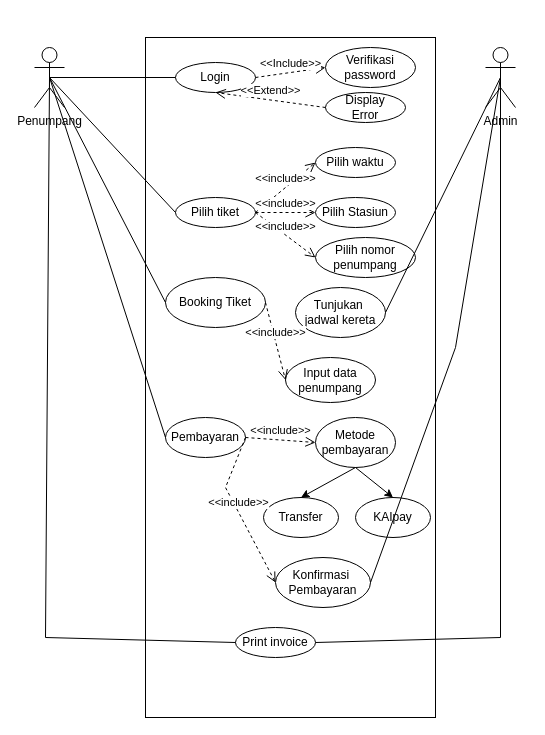
Above: Usecase Diagram.drawio in Mahklvk/Use_Case_Kelompok (draw.io), before the change. Source tidied: cells renumbered, new cells numbered last; positions are measured from the earlier drawing's top-left corner, leaving out a move shared by most shapes. Both pictures are drawn from the tidied source at 100%, with x=0, y=0 at pixel (34, 37).
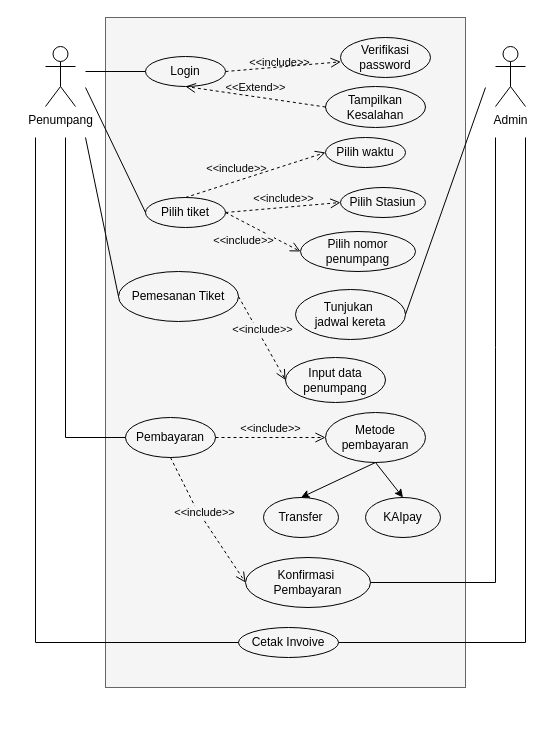
Above is the later version.

The edit, as a diff of the source:
```diff
@@
-    <mxCell id="2" value="&lt;div&gt;&lt;br&gt;&lt;/div&gt;&lt;div&gt;&lt;br&gt;&lt;/div&gt;" style="html=1;whiteSpace=wrap;fillColor=none;" parent="1" vertex="1">
-      <mxGeometry x="111" width="290" height="680" as="geometry" />
+    <mxCell id="2" value="&lt;div&gt;&lt;br&gt;&lt;/div&gt;&lt;div&gt;&lt;br&gt;&lt;/div&gt;" style="html=1;whiteSpace=wrap;fillColor=#F5F5F5;strokeColor=#666666;fontColor=#333333;" parent="1" vertex="1">
+      <mxGeometry x="71" y="-20" width="360" height="670" as="geometry" />
     </mxCell>
-    <mxCell id="3" style="rounded=0;jettySize=auto;html=1;exitX=0.5;exitY=0.5;exitDx=0;exitDy=0;exitPerimeter=0;entryX=1;entryY=0.5;entryDx=0;entryDy=0;endArrow=none;endFill=0;" parent="1" edge="1" source="6" target="28">
-      <mxGeometry relative="1" as="geometry" />
+    <mxCell id="3" style="rounded=0;jettySize=auto;html=1;entryX=1;entryY=0.5;entryDx=0;entryDy=0;endArrow=none;endFill=0;" parent="1" edge="1" target="28">
+      <mxGeometry relative="1" as="geometry">
+        <mxPoint x="451" y="50" as="sourcePoint" />
+      </mxGeometry>
     </mxCell>
-    <mxCell id="4" style="rounded=0;jettySize=auto;html=1;exitX=0.5;exitY=0.5;exitDx=0;exitDy=0;exitPerimeter=0;entryX=1;entryY=0.5;entryDx=0;entryDy=0;endArrow=none;endFill=0;" parent="1" edge="1" source="6" target="33">
+    <mxCell id="4" style="rounded=0;jettySize=auto;html=1;entryX=1;entryY=0.5;entryDx=0;entryDy=0;endArrow=none;endFill=0;" parent="1" edge="1" target="33">
       <mxGeometry relative="1" as="geometry">
+        <mxPoint x="461" y="100" as="sourcePoint" />
         <Array as="points">
-          <mxPoint x="421" y="310" />
+          <mxPoint x="461" y="310" />
+          <mxPoint x="461" y="545" />
         </Array>
       </mxGeometry>
     </mxCell>
-    <mxCell id="5" style="rounded=0;jettySize=auto;html=1;exitX=0.5;exitY=0.5;exitDx=0;exitDy=0;exitPerimeter=0;entryX=1;entryY=0.5;entryDx=0;entryDy=0;endArrow=none;endFill=0;" parent="1" edge="1" source="6" target="27">
+    <mxCell id="5" style="rounded=0;jettySize=auto;html=1;entryX=1;entryY=0.5;entryDx=0;entryDy=0;endArrow=none;endFill=0;" parent="1" edge="1" target="27">
       <mxGeometry relative="1" as="geometry">
+        <mxPoint x="491" y="100" as="sourcePoint" />
         <Array as="points">
-          <mxPoint x="466" y="600" />
+          <mxPoint x="491" y="605" />
         </Array>
       </mxGeometry>
     </mxCell>
     <mxCell id="6" value="Admin" style="shape=umlActor;verticalLabelPosition=bottom;verticalAlign=top;html=1;" parent="1" vertex="1">
-      <mxGeometry x="451" y="10" width="30" height="60" as="geometry" />
+      <mxGeometry x="461" y="9" width="30" height="60" as="geometry" />
     </mxCell>
-    <mxCell id="7" style="rounded=0;jettySize=auto;html=1;exitX=0.5;exitY=0.5;exitDx=0;exitDy=0;exitPerimeter=0;entryX=0;entryY=0.5;entryDx=0;entryDy=0;endArrow=none;endFill=0;" parent="1" edge="1" source="11" target="18">
-      <mxGeometry relative="1" as="geometry" />
+    <mxCell id="7" style="rounded=0;jettySize=auto;html=1;entryX=0;entryY=0.5;entryDx=0;entryDy=0;endArrow=none;endFill=0;" parent="1" edge="1" target="18">
+      <mxGeometry relative="1" as="geometry">
+        <mxPoint x="51" y="50" as="sourcePoint" />
+      </mxGeometry>
     </mxCell>
-    <mxCell id="8" style="rounded=0;jettySize=auto;html=1;exitX=0.5;exitY=0.5;exitDx=0;exitDy=0;exitPerimeter=0;entryX=0;entryY=0.5;entryDx=0;entryDy=0;endArrow=none;endFill=0;" parent="1" edge="1" source="11" target="25">
-      <mxGeometry relative="1" as="geometry" />
+    <mxCell id="8" style="rounded=0;jettySize=auto;html=1;entryX=0;entryY=0.5;entryDx=0;entryDy=0;endArrow=none;endFill=0;" parent="1" edge="1" target="25">
+      <mxGeometry relative="1" as="geometry">
+        <mxPoint x="51" y="100" as="sourcePoint" />
+      </mxGeometry>
     </mxCell>
-    <mxCell id="9" style="rounded=0;jettySize=auto;html=1;exitX=0.5;exitY=0.5;exitDx=0;exitDy=0;exitPerimeter=0;entryX=0;entryY=0.5;entryDx=0;entryDy=0;endArrow=none;endFill=0;" parent="1" edge="1" source="11" target="26">
-      <mxGeometry relative="1" as="geometry" />
+    <mxCell id="9" style="rounded=0;jettySize=auto;html=1;entryX=0;entryY=0.5;entryDx=0;entryDy=0;endArrow=none;endFill=0;" parent="1" edge="1" target="26">
+      <mxGeometry relative="1" as="geometry">
+        <mxPoint x="31" y="100" as="sourcePoint" />
+        <Array as="points">
+          <mxPoint x="31" y="400" />
+        </Array>
+      </mxGeometry>
     </mxCell>
-    <mxCell id="10" style="rounded=0;jettySize=auto;html=1;exitX=0.5;exitY=0.5;exitDx=0;exitDy=0;exitPerimeter=0;entryX=0;entryY=0.5;entryDx=0;entryDy=0;endArrow=none;endFill=0;" parent="1" edge="1" source="11" target="27">
+    <mxCell id="10" style="rounded=0;jettySize=auto;html=1;endArrow=none;endFill=0;entryX=0;entryY=0.5;entryDx=0;entryDy=0;" parent="1" edge="1" target="27">
       <mxGeometry relative="1" as="geometry">
+        <mxPoint x="1" y="100" as="sourcePoint" />
         <Array as="points">
-          <mxPoint x="11" y="600" />
+          <mxPoint x="1" y="605" />
         </Array>
       </mxGeometry>
     </mxCell>
     <mxCell id="11" value="Penumpang" style="shape=umlActor;verticalLabelPosition=bottom;verticalAlign=top;html=1;" parent="1" vertex="1">
-      <mxGeometry y="10" width="30" height="60" as="geometry" />
+      <mxGeometry x="11" y="9" width="30" height="60" as="geometry" />
     </mxCell>
     <mxCell id="12" value="Login" style="ellipse;whiteSpace=wrap;html=1;fillColor=none;" parent="1" vertex="1">
-      <mxGeometry x="141" y="25" width="80" height="30" as="geometry" />
+      <mxGeometry x="111" y="19" width="80" height="30" as="geometry" />
     </mxCell>
-    <mxCell id="13" style="endArrow=none;html=1;rounded=0;exitX=0.5;exitY=0.5;exitDx=0;exitDy=0;exitPerimeter=0;entryX=0;entryY=0.5;entryDx=0;entryDy=0;" parent="1" edge="1" source="11" target="12">
-      <mxGeometry relative="1" as="geometry" />
+    <mxCell id="13" style="endArrow=none;html=1;rounded=0;entryX=0;entryY=0.5;entryDx=0;entryDy=0;" parent="1" edge="1" target="12">
+      <mxGeometry relative="1" as="geometry">
+        <mxPoint x="51" y="34" as="sourcePoint" />
+      </mxGeometry>
     </mxCell>
-    <mxCell id="14" value="Verifikasi&lt;div&gt;password&lt;/div&gt;" style="ellipse;whiteSpace=wrap;html=1;fillColor=none;" parent="1" vertex="1">
-      <mxGeometry x="291" y="10" width="90" height="40" as="geometry" />
+    <mxCell id="14" value="Verifikasi&lt;div&gt;password&lt;/div&gt;" style="ellipse;whiteSpace=wrap;html=1;fillColor=none;strokeColor=default;" parent="1" vertex="1">
+      <mxGeometry x="306" width="90" height="40" as="geometry" />
     </mxCell>
-    <mxCell id="15" value="Display&lt;div&gt;Error&lt;/div&gt;" style="ellipse;whiteSpace=wrap;html=1;fillColor=none;" parent="1" vertex="1">
-      <mxGeometry x="291" y="55" width="80" height="30" as="geometry" />
+    <mxCell id="15" value="Tampilkan Kesalahan" style="ellipse;whiteSpace=wrap;html=1;fillColor=none;" parent="1" vertex="1">
+      <mxGeometry x="291" y="49" width="100" height="41" as="geometry" />
     </mxCell>
-    <mxCell id="16" value="&amp;lt;&amp;lt;Include&amp;gt;&amp;gt;" style="html=1;verticalAlign=bottom;endArrow=open;dashed=1;endSize=8;curved=0;rounded=0;exitX=1;exitY=0.5;exitDx=0;exitDy=0;entryX=0;entryY=0.5;entryDx=0;entryDy=0;" parent="1" edge="1" source="12" target="14">
-      <mxGeometry relative="1" as="geometry" />
-    </mxCell>
-    <mxCell id="17" value="&amp;lt;&amp;lt;Extend&amp;gt;&amp;gt;" style="html=1;verticalAlign=bottom;endArrow=open;dashed=1;endSize=8;curved=0;rounded=0;exitX=0;exitY=0.5;exitDx=0;exitDy=0;entryX=0.5;entryY=1;entryDx=0;entryDy=0;" parent="1" edge="1" source="15" target="12">
+    <mxCell id="17" value="&amp;lt;&amp;lt;Extend&amp;gt;&amp;gt;" style="html=1;verticalAlign=bottom;endArrow=open;dashed=1;endSize=8;curved=0;rounded=0;exitX=0;exitY=0.5;exitDx=0;exitDy=0;entryX=0.5;entryY=1;entryDx=0;entryDy=0;strokeColor=default;strokeWidth=1;labelBackgroundColor=none;" parent="1" edge="1" source="15" target="12">
       <mxGeometry relative="1" as="geometry" />
     </mxCell>
     <mxCell id="18" value="Pilih tiket" style="ellipse;whiteSpace=wrap;html=1;fillColor=none;" parent="1" vertex="1">
-      <mxGeometry x="141" y="160" width="80" height="30" as="geometry" />
+      <mxGeometry x="111" y="160" width="80" height="30" as="geometry" />
     </mxCell>
     <mxCell id="19" value="Pilih waktu" style="ellipse;whiteSpace=wrap;html=1;fillColor=none;" parent="1" vertex="1">
-      <mxGeometry x="281" y="110" width="80" height="30" as="geometry" />
+      <mxGeometry x="291" y="100" width="80" height="30" as="geometry" />
     </mxCell>
     <mxCell id="20" value="Pilih Stasiun" style="ellipse;whiteSpace=wrap;html=1;fillColor=none;" parent="1" vertex="1">
-      <mxGeometry x="281" y="160" width="80" height="30" as="geometry" />
+      <mxGeometry x="306" y="150" width="85" height="30" as="geometry" />
     </mxCell>
     <mxCell id="21" value="Pilih nomor&lt;div&gt;penumpang&lt;/div&gt;" style="ellipse;whiteSpace=wrap;html=1;fillColor=none;" parent="1" vertex="1">
-      <mxGeometry x="281" y="200" width="100" height="40" as="geometry" />
+      <mxGeometry x="266" y="194" width="115" height="40" as="geometry" />
     </mxCell>
-    <mxCell id="22" value="&amp;lt;&amp;lt;include&amp;gt;&amp;gt;" style="html=1;verticalAlign=bottom;endArrow=open;dashed=1;endSize=8;curved=0;rounded=0;exitX=1;exitY=0.5;exitDx=0;exitDy=0;entryX=0;entryY=0.5;entryDx=0;entryDy=0;" parent="1" edge="1" source="18" target="19">
-      <mxGeometry relative="1" as="geometry" />
-    </mxCell>
-    <mxCell id="23" value="&amp;lt;&amp;lt;include&amp;gt;&amp;gt;" style="html=1;verticalAlign=bottom;endArrow=open;dashed=1;endSize=8;curved=0;rounded=0;exitX=1;exitY=0.5;exitDx=0;exitDy=0;entryX=0;entryY=0.5;entryDx=0;entryDy=0;" parent="1" edge="1" source="18" target="20">
+    <mxCell id="23" value="&amp;lt;&amp;lt;include&amp;gt;&amp;gt;" style="html=1;verticalAlign=bottom;endArrow=open;dashed=1;endSize=8;curved=0;rounded=0;exitX=1;exitY=0.5;exitDx=0;exitDy=0;entryX=0;entryY=0.5;entryDx=0;entryDy=0;labelBackgroundColor=none;" parent="1" edge="1" source="18" target="20">
       <mxGeometry relative="1" as="geometry" />
     </mxCell>
-    <mxCell id="24" value="&amp;lt;&amp;lt;include&amp;gt;&amp;gt;" style="html=1;verticalAlign=bottom;endArrow=open;dashed=1;endSize=8;curved=0;rounded=0;exitX=1;exitY=0.5;exitDx=0;exitDy=0;entryX=0;entryY=0.5;entryDx=0;entryDy=0;" parent="1" edge="1" source="18" target="21">
-      <mxGeometry relative="1" as="geometry" />
+    <mxCell id="24" value="&amp;lt;&amp;lt;include&amp;gt;&amp;gt;" style="html=1;verticalAlign=bottom;endArrow=open;dashed=1;endSize=8;curved=0;rounded=0;exitX=1;exitY=0.5;exitDx=0;exitDy=0;entryX=0;entryY=0.5;entryDx=0;entryDy=0;labelBackgroundColor=#F5F5F5;" parent="1" edge="1" source="18" target="21">
+      <mxGeometry x="-0.22" y="-25" relative="1" as="geometry" />
     </mxCell>
-    <mxCell id="25" value="Booking Tiket" style="ellipse;whiteSpace=wrap;html=1;fillColor=none;" parent="1" vertex="1">
-      <mxGeometry x="131" y="240" width="100" height="50" as="geometry" />
+    <mxCell id="25" value="Pemesanan Tiket" style="ellipse;whiteSpace=wrap;html=1;fillColor=none;" parent="1" vertex="1">
+      <mxGeometry x="84" y="234" width="120" height="50" as="geometry" />
     </mxCell>
     <mxCell id="26" value="Pembayaran" style="ellipse;whiteSpace=wrap;html=1;fillColor=none;" parent="1" vertex="1">
-      <mxGeometry x="131" y="380" width="80" height="40" as="geometry" />
+      <mxGeometry x="91" y="380" width="90" height="40" as="geometry" />
     </mxCell>
-    <mxCell id="27" value="Print invoice" style="ellipse;whiteSpace=wrap;html=1;fillColor=none;" parent="1" vertex="1">
-      <mxGeometry x="201" y="590" width="80" height="30" as="geometry" />
+    <mxCell id="27" value="Cetak Invoive" style="ellipse;whiteSpace=wrap;html=1;fillColor=none;" parent="1" vertex="1">
+      <mxGeometry x="204" y="590" width="100" height="30" as="geometry" />
     </mxCell>
     <mxCell id="28" value="Tunjukan&amp;nbsp;&lt;div&gt;jadwal kereta&lt;/div&gt;" style="ellipse;whiteSpace=wrap;html=1;fillColor=none;" parent="1" vertex="1">
-      <mxGeometry x="261" y="250" width="90" height="50" as="geometry" />
+      <mxGeometry x="261" y="252" width="110" height="50" as="geometry" />
     </mxCell>
     <mxCell id="29" value="Input data penumpang" style="ellipse;whiteSpace=wrap;html=1;fillColor=none;" parent="1" vertex="1">
-      <mxGeometry x="251" y="320" width="90" height="45" as="geometry" />
+      <mxGeometry x="251" y="320" width="100" height="45" as="geometry" />
     </mxCell>
     <mxCell id="30" value="Metode pembayaran" style="ellipse;whiteSpace=wrap;html=1;fillColor=none;" parent="1" vertex="1">
-      <mxGeometry x="281" y="380" width="80" height="50" as="geometry" />
+      <mxGeometry x="291" y="375" width="100" height="50" as="geometry" />
     </mxCell>
@@
     <mxCell id="32" value="KAIpay" style="ellipse;whiteSpace=wrap;html=1;fillColor=none;" parent="1" vertex="1">
-      <mxGeometry x="321" y="460" width="75" height="40" as="geometry" />
+      <mxGeometry x="331" y="460" width="75" height="40" as="geometry" />
     </mxCell>
     <mxCell id="33" value="Konfirmasi&amp;nbsp;&lt;div&gt;Pembayaran&lt;/div&gt;" style="ellipse;whiteSpace=wrap;html=1;fillColor=none;" parent="1" vertex="1">
-      <mxGeometry x="241" y="520" width="95" height="50" as="geometry" />
+      <mxGeometry x="211" y="520" width="125" height="50" as="geometry" />
     </mxCell>
-    <mxCell id="34" value="&amp;lt;&amp;lt;include&amp;gt;&amp;gt;" style="html=1;verticalAlign=bottom;endArrow=open;dashed=1;endSize=8;curved=0;rounded=0;exitX=1;exitY=0.5;exitDx=0;exitDy=0;entryX=0;entryY=0.5;entryDx=0;entryDy=0;" parent="1" edge="1" source="25" target="29">
+    <mxCell id="34" value="&amp;lt;&amp;lt;include&amp;gt;&amp;gt;" style="html=1;verticalAlign=bottom;endArrow=open;dashed=1;endSize=8;curved=0;rounded=0;exitX=1;exitY=0.5;exitDx=0;exitDy=0;entryX=0;entryY=0.5;entryDx=0;entryDy=0;labelBackgroundColor=#F5F5F5;" parent="1" edge="1" source="25" target="29">
       <mxGeometry relative="1" as="geometry" />
     </mxCell>
-    <mxCell id="35" value="&amp;lt;&amp;lt;include&amp;gt;&amp;gt;" style="html=1;verticalAlign=bottom;endArrow=open;dashed=1;endSize=8;curved=0;rounded=0;exitX=1;exitY=0.5;exitDx=0;exitDy=0;entryX=0;entryY=0.5;entryDx=0;entryDy=0;" parent="1" edge="1" source="26" target="30">
+    <mxCell id="35" value="&amp;lt;&amp;lt;include&amp;gt;&amp;gt;" style="html=1;verticalAlign=bottom;endArrow=open;dashed=1;endSize=8;curved=0;rounded=0;exitX=1;exitY=0.5;exitDx=0;exitDy=0;entryX=0;entryY=0.5;entryDx=0;entryDy=0;labelBackgroundColor=#F5F5F5;" parent="1" edge="1" source="26" target="30">
       <mxGeometry relative="1" as="geometry" />
     </mxCell>
-    <mxCell id="36" value="&amp;lt;&amp;lt;include&amp;gt;&amp;gt;" style="html=1;verticalAlign=bottom;endArrow=open;dashed=1;endSize=8;curved=0;rounded=0;exitX=1;exitY=0.5;exitDx=0;exitDy=0;entryX=0;entryY=0.5;entryDx=0;entryDy=0;" parent="1" edge="1" source="26" target="33">
+    <mxCell id="36" value="&amp;lt;&amp;lt;include&amp;gt;&amp;gt;" style="html=1;verticalAlign=bottom;endArrow=open;dashed=1;endSize=8;curved=0;rounded=0;exitX=0.5;exitY=1;exitDx=0;exitDy=0;entryX=0;entryY=0.5;entryDx=0;entryDy=0;labelBackgroundColor=#F5F5F5;" parent="1" edge="1" source="26" target="33">
       <mxGeometry relative="1" as="geometry">
         <Array as="points">
-          <mxPoint x="191" y="450" />
+          <mxPoint x="161" y="470" />
         </Array>
       </mxGeometry>
     </mxCell>
@@
+    <mxCell id="16" value="&amp;lt;&amp;lt;include&amp;gt;&amp;gt;" style="html=1;verticalAlign=bottom;endArrow=open;dashed=1;endSize=8;curved=0;rounded=0;exitX=1;exitY=0.5;exitDx=0;exitDy=0;entryX=0.004;entryY=0.608;entryDx=0;entryDy=0;labelBackgroundColor=none;entryPerimeter=0;" parent="1" edge="1" source="12" target="14">
+      <mxGeometry x="-0.06" y="-5" relative="1" as="geometry" />
+    </mxCell>
+    <mxCell id="22" value="&amp;lt;&amp;lt;include&amp;gt;&amp;gt;" style="html=1;verticalAlign=bottom;endArrow=open;dashed=1;endSize=8;curved=0;rounded=0;exitX=0.5;exitY=0;exitDx=0;exitDy=0;entryX=0;entryY=0.5;entryDx=0;entryDy=0;labelBackgroundColor=none;" parent="1" edge="1" source="18" target="19">
+      <mxGeometry x="-0.25" y="3" relative="1" as="geometry" />
+    </mxCell>
```
